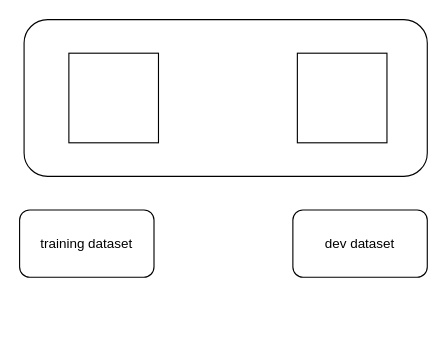
The draw.io diagram 未命名绘图.drawio in xinxinxing/R-Drop, before the edit. Source tidied: cells renumbered, new cells numbered last; positions are measured from the earlier drawing's top-left corner, leaving out a move shared by most shapes. Both pictures are drawn from the tidied source at 112%, with x=0, y=0 at pixel (19, 19).
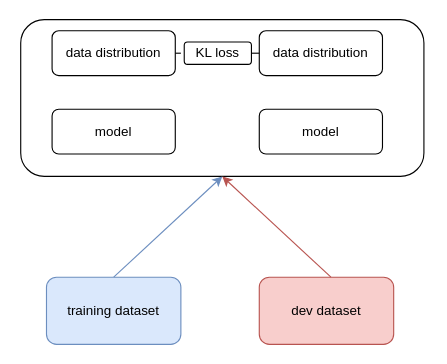
The same diagram, later.

Commit message (it also covers changes not shown here):
更新未命名绘图.drawio

What changed in the source:
```diff
@@
 <mxGraphModel>
   <root>
     <mxCell id="0" />
     <mxCell id="1" parent="0" />
-    <mxCell id="2" value="training dataset" style="rounded=1;whiteSpace=wrap;html=1;" parent="1" vertex="1">
-      <mxGeometry y="170" width="120" height="60" as="geometry" />
+    <mxCell id="2" value="training dataset" style="rounded=1;whiteSpace=wrap;html=1;fillColor=#dae8fc;strokeColor=#6c8ebf;" parent="1" vertex="1">
+      <mxGeometry x="24" y="230" width="120" height="60" as="geometry" />
     </mxCell>
-    <mxCell id="3" value="dev dataset" style="rounded=1;whiteSpace=wrap;html=1;" parent="1" vertex="1">
-      <mxGeometry x="244" y="170" width="120" height="60" as="geometry" />
+    <mxCell id="3" value="dev dataset" style="rounded=1;whiteSpace=wrap;html=1;fillColor=#f8cecc;strokeColor=#b85450;" parent="1" vertex="1">
+      <mxGeometry x="214" y="230" width="120" height="60" as="geometry" />
     </mxCell>
     <mxCell id="4" style="rounded=1;whiteSpace=wrap;html=1;" parent="1" vertex="1">
-      <mxGeometry x="4" width="360" height="140" as="geometry" />
+      <mxGeometry x="1" width="360" height="140" as="geometry" />
     </mxCell>
-    <mxCell id="5" style="whiteSpace=wrap;html=1;" parent="1" vertex="1">
-      <mxGeometry x="44" y="30" width="80" height="80" as="geometry" />
-    </mxCell>
-    <mxCell id="6" style="whiteSpace=wrap;html=1;" parent="1" vertex="1">
-      <mxGeometry x="248" y="30" width="80" height="80" as="geometry" />
-    </mxCell>
+    <mxCell id="7" style="endArrow=classic;html=1;rounded=0;exitX=0.5;exitY=0;exitDx=0;exitDy=0;entryX=0.5;entryY=1;entryDx=0;entryDy=0;fillColor=#dae8fc;strokeColor=#6c8ebf;" parent="1" edge="1" source="2" target="4">
+      <mxGeometry relative="1" as="geometry" />
+    </mxCell>
+    <mxCell id="8" style="endArrow=classic;html=1;rounded=0;entryX=0.5;entryY=1;entryDx=0;entryDy=0;fillColor=#f8cecc;strokeColor=#b85450;" parent="1" edge="1" target="4">
+      <mxGeometry relative="1" as="geometry">
+        <mxPoint x="278" y="230" as="sourcePoint" />
+      </mxGeometry>
+    </mxCell>
+    <mxCell id="9" value="model" style="rounded=1;whiteSpace=wrap;html=1;" parent="1" vertex="1">
+      <mxGeometry x="29" y="80" width="110" height="40" as="geometry" />
+    </mxCell>
+    <mxCell id="10" value="model" style="rounded=1;whiteSpace=wrap;html=1;" parent="1" vertex="1">
+      <mxGeometry x="214" y="80" width="110" height="40" as="geometry" />
+    </mxCell>
+    <mxCell id="11" value="data distribution" style="rounded=1;whiteSpace=wrap;html=1;" parent="1" vertex="1">
+      <mxGeometry x="29" y="10" width="110" height="40" as="geometry" />
+    </mxCell>
+    <mxCell id="12" value="data distribution" style="rounded=1;whiteSpace=wrap;html=1;" parent="1" vertex="1">
+      <mxGeometry x="214" y="10" width="110" height="40" as="geometry" />
+    </mxCell>
+    <mxCell id="13" value="KL loss" style="rounded=1;whiteSpace=wrap;html=1;" parent="1" vertex="1">
+      <mxGeometry x="147" y="20" width="60" height="20" as="geometry" />
+    </mxCell>
+    <mxCell id="14" style="endArrow=none;html=1;rounded=0;exitX=1;exitY=0.5;exitDx=0;exitDy=0;" parent="1" edge="1" source="11">
+      <mxGeometry relative="1" as="geometry">
+        <mxPoint x="144" y="30" as="targetPoint" />
+      </mxGeometry>
+    </mxCell>
+    <mxCell id="15" style="endArrow=none;html=1;rounded=0;exitX=1;exitY=0.5;exitDx=0;exitDy=0;" parent="1" edge="1" source="13">
+      <mxGeometry relative="1" as="geometry">
+        <mxPoint x="214" y="30" as="targetPoint" />
+      </mxGeometry>
+    </mxCell>
   </root>
 </mxGraphModel>
```
